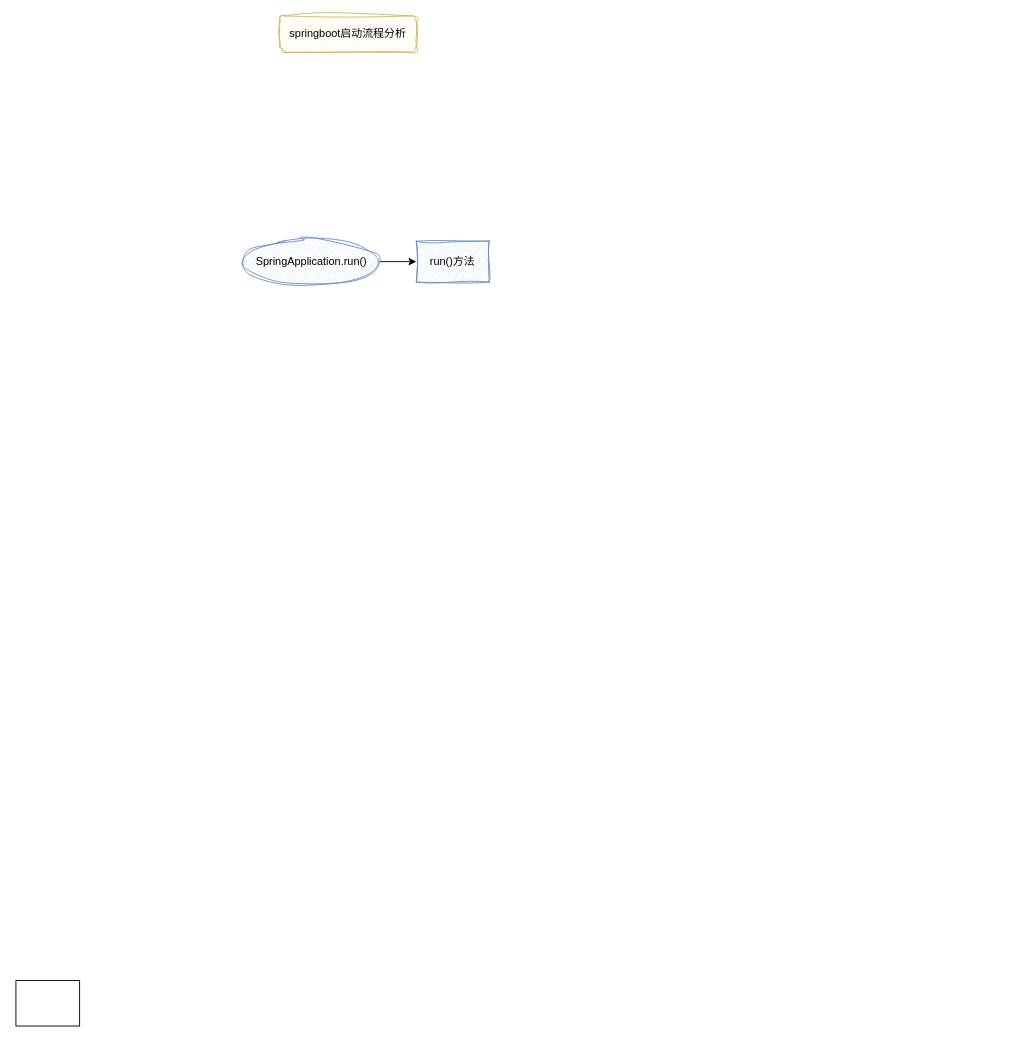
Earlier version of the draw.io diagram springboot.drawio (niuxiaocong/nyc-jvm). Source tidied: cells renumbered, new cells numbered last; positions are measured from the earlier drawing's top-left corner, leaving out a move shared by most shapes. Both pictures are drawn from the tidied source at 91%, with x=0, y=0 at pixel (15, 15).
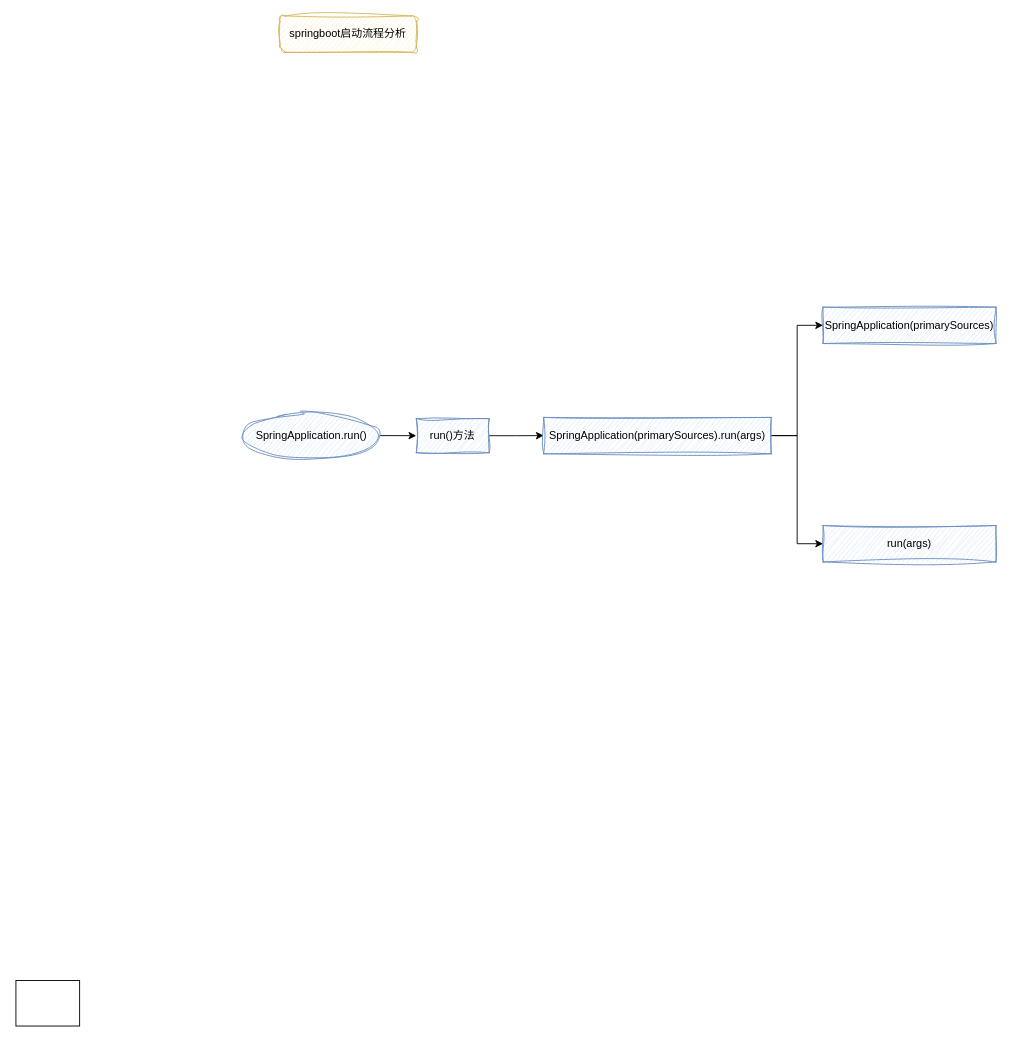
The same page after the edit.

Diff of the diagram source:
```diff
@@
 <mxGraphModel>
   <root>
     <mxCell id="0" />
     <mxCell id="1" parent="0" />
     <mxCell id="2" value="springboot启动流程分析" style="rounded=1;whiteSpace=wrap;html=1;fillColor=#fff2cc;strokeColor=#d6b656;sketch=1;curveFitting=1;jiggle=2;shadow=0;glass=0;" parent="1" vertex="1">
       <mxGeometry x="290" width="150" height="40" as="geometry" />
     </mxCell>
     <mxCell id="3" style="rounded=0;whiteSpace=wrap;html=1;" parent="1" vertex="1">
       <mxGeometry y="1060" width="70" height="50" as="geometry" />
     </mxCell>
     <mxCell id="4" style="edgeStyle=orthogonalEdgeStyle;rounded=0;jettySize=auto;html=1;" parent="1" edge="1" source="5" target="6">
       <mxGeometry relative="1" as="geometry" />
     </mxCell>
     <mxCell id="5" value="SpringApplication.run()" style="strokeWidth=1;html=1;shape=mxgraph.flowchart.start_2;whiteSpace=wrap;fillColor=#dae8fc;strokeColor=#6c8ebf;sketch=1;curveFitting=1;jiggle=2;" parent="1" vertex="1">
-      <mxGeometry x="250" y="245" width="150" height="50" as="geometry" />
+      <mxGeometry x="250" y="436.2" width="150" height="50" as="geometry" />
     </mxCell>
+    <mxCell id="7" style="edgeStyle=orthogonalEdgeStyle;rounded=0;jettySize=auto;html=1;entryX=0;entryY=0.5;entryDx=0;entryDy=0;" parent="1" edge="1" source="6" target="10">
+      <mxGeometry relative="1" as="geometry" />
+    </mxCell>
     <mxCell id="6" value="run()方法" style="whiteSpace=wrap;html=1;fillColor=#dae8fc;strokeColor=#6c8ebf;strokeWidth=1;sketch=1;curveFitting=1;jiggle=2;" parent="1" vertex="1">
-      <mxGeometry x="440" y="247.5" width="80" height="45" as="geometry" />
+      <mxGeometry x="440" y="442.5" width="80" height="37.5" as="geometry" />
     </mxCell>
+    <mxCell id="8" style="edgeStyle=orthogonalEdgeStyle;rounded=0;jettySize=auto;html=1;entryX=0;entryY=0.5;entryDx=0;entryDy=0;" parent="1" edge="1" source="10" target="12">
+      <mxGeometry relative="1" as="geometry" />
+    </mxCell>
+    <mxCell id="9" style="edgeStyle=orthogonalEdgeStyle;rounded=0;jettySize=auto;html=1;entryX=0;entryY=0.5;entryDx=0;entryDy=0;" parent="1" edge="1" source="10" target="11">
+      <mxGeometry relative="1" as="geometry" />
+    </mxCell>
+    <mxCell id="10" value="SpringApplication(primarySources).run(args)" style="whiteSpace=wrap;html=1;fillColor=#dae8fc;strokeColor=#6c8ebf;strokeWidth=1;sketch=1;curveFitting=1;jiggle=2;" parent="1" vertex="1">
+      <mxGeometry x="580" y="441.2" width="250" height="40" as="geometry" />
+    </mxCell>
+    <mxCell id="11" value="SpringApplication(primarySources)" style="whiteSpace=wrap;html=1;fillColor=#dae8fc;strokeColor=#6c8ebf;strokeWidth=1;sketch=1;curveFitting=1;jiggle=2;" parent="1" vertex="1">
+      <mxGeometry x="887" y="320" width="190" height="40" as="geometry" />
+    </mxCell>
+    <mxCell id="12" value="run(args)" style="whiteSpace=wrap;html=1;fillColor=#dae8fc;strokeColor=#6c8ebf;strokeWidth=1;sketch=1;curveFitting=1;jiggle=2;" parent="1" vertex="1">
+      <mxGeometry x="887" y="560" width="190" height="40" as="geometry" />
+    </mxCell>
   </root>
 </mxGraphModel>
```
